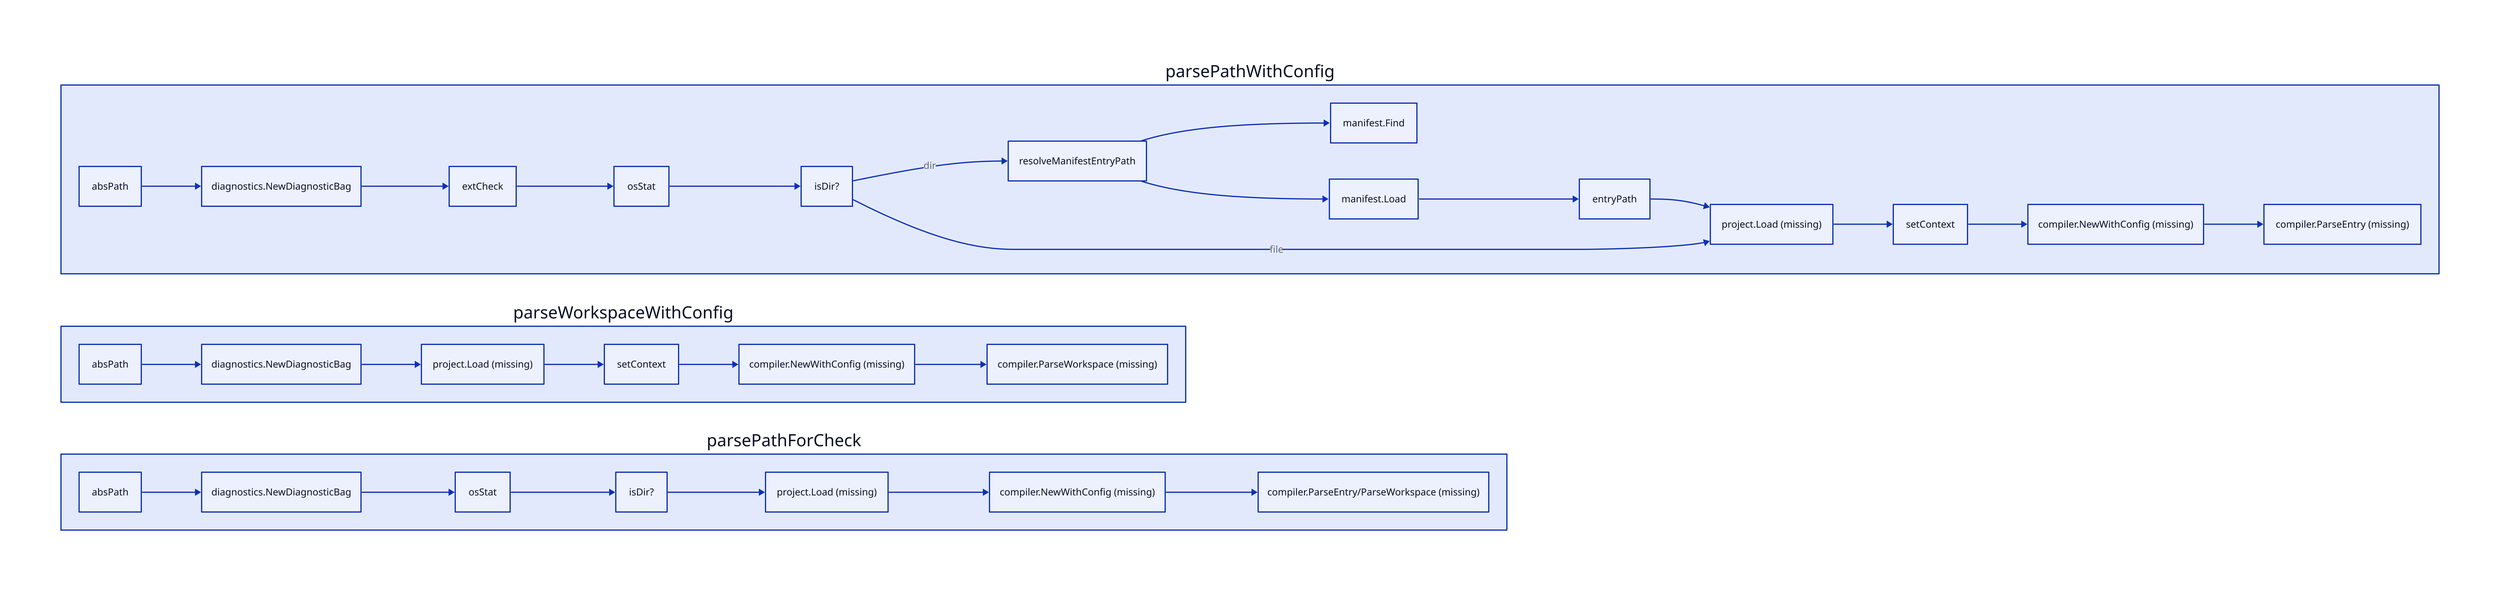
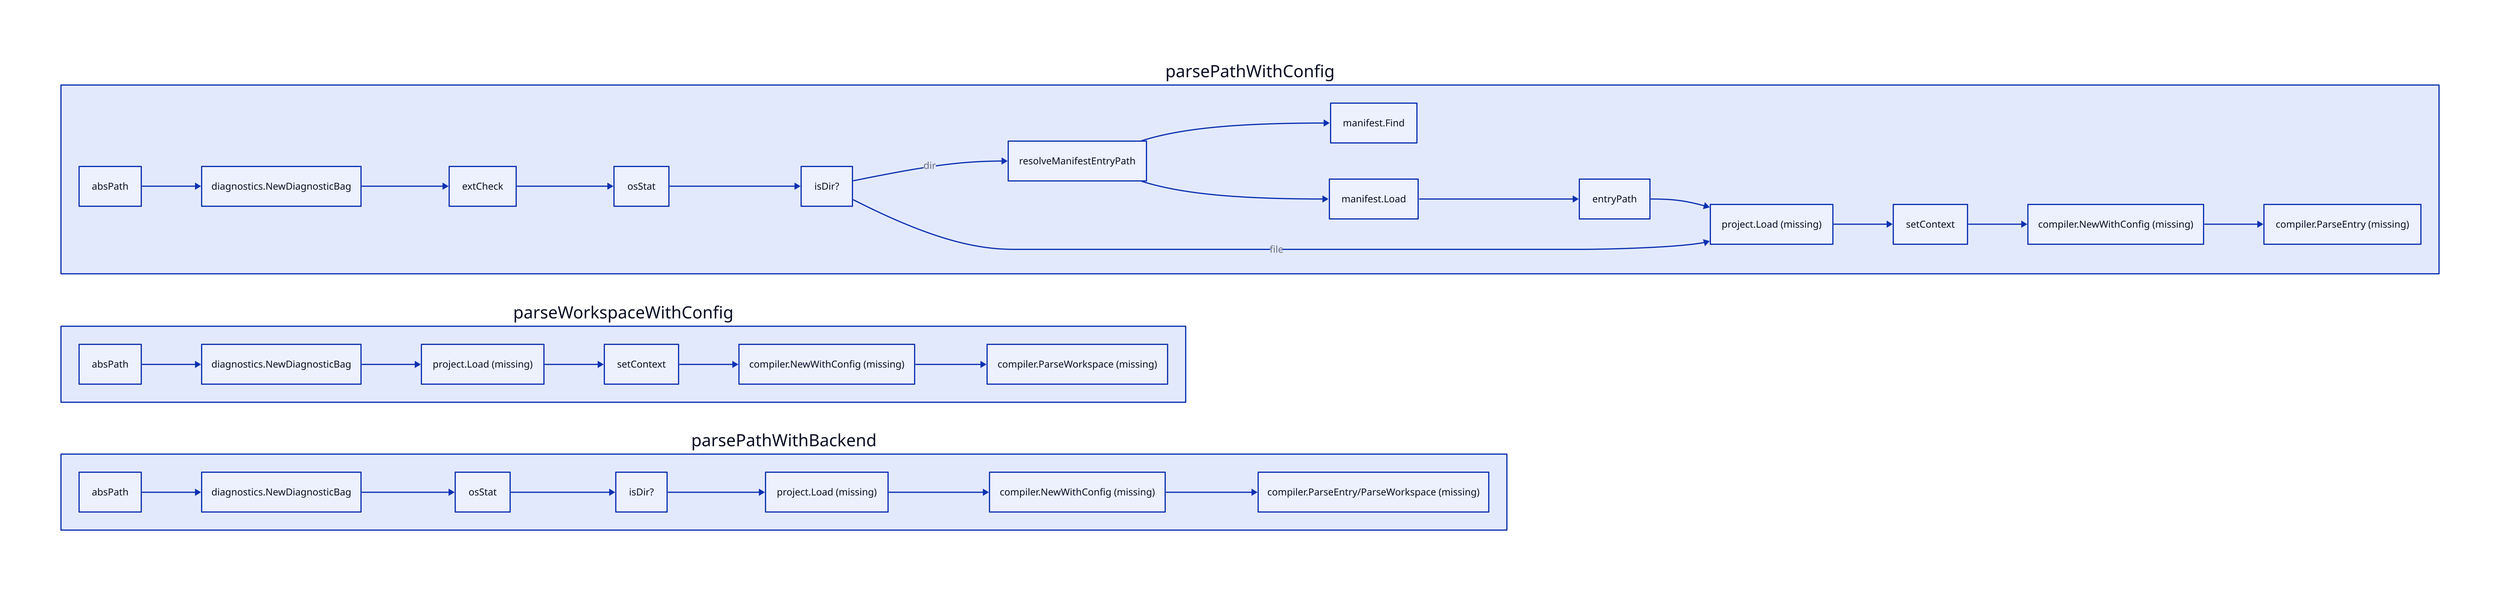
direction: right

parsePathWithConfig: {
  absPath
  "diagnostics.NewDiagnosticBag"
  extCheck
  osStat
  isDir?
  resolveManifestEntryPath
  "manifest.Find"
  "manifest.Load"
  entryPath
  "project.Load (missing)"
  setContext
  "compiler.NewWithConfig (missing)"
  "compiler.ParseEntry (missing)"

  absPath -> "diagnostics.NewDiagnosticBag"
  "diagnostics.NewDiagnosticBag" -> extCheck
  extCheck -> osStat
  osStat -> isDir?
  isDir? -> resolveManifestEntryPath: "dir"
  resolveManifestEntryPath -> "manifest.Find"
  resolveManifestEntryPath -> "manifest.Load"
  "manifest.Load" -> entryPath
  entryPath -> "project.Load (missing)"

  isDir? -> "project.Load (missing)": "file"
  "project.Load (missing)" -> setContext
  setContext -> "compiler.NewWithConfig (missing)"
  "compiler.NewWithConfig (missing)" -> "compiler.ParseEntry (missing)"
}

parseWorkspaceWithConfig: {
  absPath
  "diagnostics.NewDiagnosticBag"
  "project.Load (missing)"
  setContext
  "compiler.NewWithConfig (missing)"
  "compiler.ParseWorkspace (missing)"

  absPath -> "diagnostics.NewDiagnosticBag"
  "diagnostics.NewDiagnosticBag" -> "project.Load (missing)"
  "project.Load (missing)" -> setContext
  setContext -> "compiler.NewWithConfig (missing)"
  "compiler.NewWithConfig (missing)" -> "compiler.ParseWorkspace (missing)"
}

- parsePathForCheck: {
+ parsePathWithBackend: {
  absPath
  "diagnostics.NewDiagnosticBag"
  osStat
  isDir?
  "project.Load (missing)"
  "compiler.NewWithConfig (missing)"
  "compiler.ParseEntry/ParseWorkspace (missing)"

  absPath -> "diagnostics.NewDiagnosticBag"
  "diagnostics.NewDiagnosticBag" -> osStat
  osStat -> isDir?
  isDir? -> "project.Load (missing)"
  "project.Load (missing)" -> "compiler.NewWithConfig (missing)"
  "compiler.NewWithConfig (missing)" -> "compiler.ParseEntry/ParseWorkspace (missing)"
}
